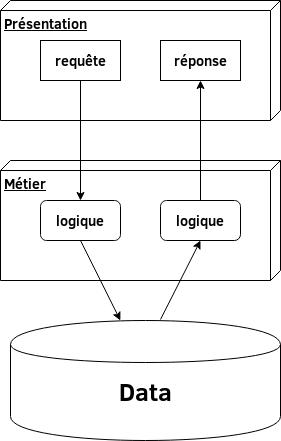
Earlier version of the draw.io export fr/fp/img/3tiers.png (CexJ/slides-fr-fp). Source tidied: cells renumbered, new cells last; positions are measured from the earlier drawing's top-left corner, leaving out a move shared by most shapes. Source of this version:
```xml
<mxGraphModel background="#ffffff">
  <root>
    <mxCell id="0" />
    <mxCell id="1" parent="0" />
    <mxCell id="2" value="&lt;font style=&quot;font-size: 14px&quot;&gt;&lt;b&gt;Présentation&lt;/b&gt;&lt;/font&gt;" style="verticalAlign=top;align=left;spacingTop=8;spacingLeft=2;spacingRight=12;shape=cube;size=10;direction=south;fontStyle=4;html=1;rounded=0;shadow=0;comic=0;labelBackgroundColor=none;strokeWidth=1;fontFamily=Verdana;fontSize=12;" parent="1" vertex="1">
      <mxGeometry width="280" height="120" as="geometry" />
    </mxCell>
    <mxCell id="3" value="&lt;b&gt;&lt;font style=&quot;font-size: 14px&quot;&gt;Métier&lt;/font&gt;&lt;/b&gt;" style="verticalAlign=top;align=left;spacingTop=8;spacingLeft=2;spacingRight=12;shape=cube;size=10;direction=south;fontStyle=4;html=1;rounded=0;shadow=0;comic=0;labelBackgroundColor=none;strokeWidth=1;fontFamily=Verdana;fontSize=12;" parent="1" vertex="1">
      <mxGeometry y="160" width="280" height="120" as="geometry" />
    </mxCell>
    <mxCell id="4" style="edgeStyle=orthogonalEdgeStyle;rounded=0;jettySize=auto;html=1;exitX=0.5;exitY=1;exitDx=0;exitDy=0;" parent="1" edge="1" source="5" target="7">
      <mxGeometry relative="1" as="geometry" />
    </mxCell>
    <mxCell id="5" value="&lt;font style=&quot;font-size: 14px&quot;&gt;&lt;b&gt;&lt;span class=&quot;tlid-translation translation&quot; lang=&quot;fr&quot;&gt;&lt;span title=&quot;&quot; class=&quot;alt-edited&quot;&gt;requête&lt;/span&gt;&lt;/span&gt;&lt;/b&gt;&lt;/font&gt;" style="rounded=0;whiteSpace=wrap;html=1;" parent="1" vertex="1">
      <mxGeometry x="40" y="40" width="80" height="40" as="geometry" />
    </mxCell>
    <mxCell id="6" value="&lt;font size=&quot;1&quot;&gt;&lt;b&gt;&lt;span class=&quot;tlid-translation translation&quot; lang=&quot;fr&quot;&gt;&lt;span title=&quot;&quot; class=&quot;alt-edited&quot; style=&quot;font-size: 14px&quot;&gt;réponse&lt;/span&gt;&lt;/span&gt;&lt;/b&gt;&lt;/font&gt;" style="rounded=0;whiteSpace=wrap;html=1;" parent="1" vertex="1">
      <mxGeometry x="160" y="40" width="80" height="40" as="geometry" />
    </mxCell>
    <mxCell id="7" value="&lt;b&gt;&lt;font style=&quot;font-size: 14px&quot;&gt;logique&lt;/font&gt;&lt;/b&gt;" style="rounded=1;whiteSpace=wrap;html=1;" parent="1" vertex="1">
      <mxGeometry x="40" y="200" width="80" height="40" as="geometry" />
    </mxCell>
    <mxCell id="8" style="endArrow=classic;html=1;entryX=0.407;entryY=0;entryDx=0;entryDy=0;entryPerimeter=0;exitX=0.5;exitY=1;exitDx=0;exitDy=0;" parent="1" edge="1" source="7" target="9">
      <mxGeometry relative="1" as="geometry" />
    </mxCell>
    <mxCell id="9" value="&lt;div&gt;&lt;font size=&quot;1&quot;&gt;&lt;b style=&quot;font-size: 25px&quot;&gt;Data&lt;/b&gt;&lt;/font&gt;&lt;/div&gt;&lt;div&gt;&lt;br&gt;&lt;/div&gt;" style="shape=cylinder;whiteSpace=wrap;html=1;boundedLbl=1;backgroundOutline=1;" parent="1" vertex="1">
      <mxGeometry x="10" y="320" width="270" height="120" as="geometry" />
    </mxCell>
    <mxCell id="10" value="&lt;b&gt;&lt;font style=&quot;font-size: 14px&quot;&gt;logique&lt;/font&gt;&lt;/b&gt;" style="rounded=1;whiteSpace=wrap;html=1;" parent="1" vertex="1">
      <mxGeometry x="160" y="200" width="80" height="40" as="geometry" />
    </mxCell>
    <mxCell id="11" style="endArrow=classic;html=1;entryX=0.5;entryY=1;entryDx=0;entryDy=0;" parent="1" edge="1" target="10">
      <mxGeometry relative="1" as="geometry">
        <mxPoint x="160" y="319" as="sourcePoint" />
      </mxGeometry>
    </mxCell>
    <mxCell id="12" style="endArrow=classic;html=1;" parent="1" edge="1" target="6">
      <mxGeometry relative="1" as="geometry">
        <mxPoint x="200" y="200" as="sourcePoint" />
      </mxGeometry>
    </mxCell>
  </root>
</mxGraphModel>
```
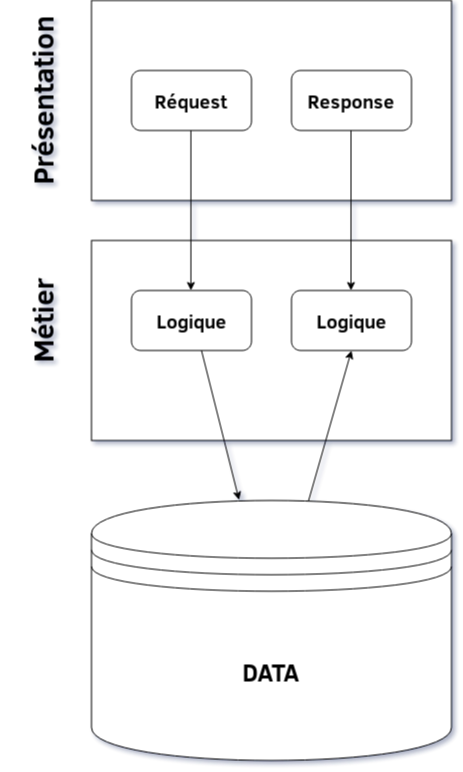
After the commit.

Change to the diagram source:
```diff
@@ -2,42 +2,66 @@
   <root>
     <mxCell id="0" />
     <mxCell id="1" parent="0" />
-    <mxCell id="2" value="&lt;font style=&quot;font-size: 14px&quot;&gt;&lt;b&gt;Présentation&lt;/b&gt;&lt;/font&gt;" style="verticalAlign=top;align=left;spacingTop=8;spacingLeft=2;spacingRight=12;shape=cube;size=10;direction=south;fontStyle=4;html=1;rounded=0;shadow=0;comic=0;labelBackgroundColor=none;strokeWidth=1;fontFamily=Verdana;fontSize=12;" parent="1" vertex="1">
-      <mxGeometry width="280" height="120" as="geometry" />
+    <mxCell id="2" value="&lt;h1&gt;DATA&lt;/h1&gt;" style="shape=datastore;whiteSpace=wrap;html=1;" parent="1" vertex="1">
+      <mxGeometry x="200" y="500" width="360" height="260" as="geometry" />
     </mxCell>
-    <mxCell id="3" value="&lt;b&gt;&lt;font style=&quot;font-size: 14px&quot;&gt;Métier&lt;/font&gt;&lt;/b&gt;" style="verticalAlign=top;align=left;spacingTop=8;spacingLeft=2;spacingRight=12;shape=cube;size=10;direction=south;fontStyle=4;html=1;rounded=0;shadow=0;comic=0;labelBackgroundColor=none;strokeWidth=1;fontFamily=Verdana;fontSize=12;" parent="1" vertex="1">
-      <mxGeometry y="160" width="280" height="120" as="geometry" />
+    <mxCell id="3" style="rounded=0;whiteSpace=wrap;html=1;" parent="1" vertex="1">
+      <mxGeometry x="200" width="360" height="200" as="geometry" />
     </mxCell>
-    <mxCell id="4" style="edgeStyle=orthogonalEdgeStyle;rounded=0;jettySize=auto;html=1;exitX=0.5;exitY=1;exitDx=0;exitDy=0;" parent="1" edge="1" source="5" target="7">
-      <mxGeometry relative="1" as="geometry" />
+    <mxCell id="4" style="rounded=1;whiteSpace=wrap;html=1;" parent="1" vertex="1">
+      <mxGeometry x="240" y="70" width="120" height="60" as="geometry" />
     </mxCell>
-    <mxCell id="5" value="&lt;font style=&quot;font-size: 14px&quot;&gt;&lt;b&gt;&lt;span class=&quot;tlid-translation translation&quot; lang=&quot;fr&quot;&gt;&lt;span title=&quot;&quot; class=&quot;alt-edited&quot;&gt;requête&lt;/span&gt;&lt;/span&gt;&lt;/b&gt;&lt;/font&gt;" style="rounded=0;whiteSpace=wrap;html=1;" parent="1" vertex="1">
-      <mxGeometry x="40" y="40" width="80" height="40" as="geometry" />
+    <mxCell id="5" style="rounded=1;whiteSpace=wrap;html=1;" parent="1" vertex="1">
+      <mxGeometry x="400" y="70" width="120" height="60" as="geometry" />
     </mxCell>
-    <mxCell id="6" value="&lt;font size=&quot;1&quot;&gt;&lt;b&gt;&lt;span class=&quot;tlid-translation translation&quot; lang=&quot;fr&quot;&gt;&lt;span title=&quot;&quot; class=&quot;alt-edited&quot; style=&quot;font-size: 14px&quot;&gt;réponse&lt;/span&gt;&lt;/span&gt;&lt;/b&gt;&lt;/font&gt;" style="rounded=0;whiteSpace=wrap;html=1;" parent="1" vertex="1">
-      <mxGeometry x="160" y="40" width="80" height="40" as="geometry" />
+    <mxCell id="6" style="rounded=0;whiteSpace=wrap;html=1;" parent="1" vertex="1">
+      <mxGeometry x="200" y="240" width="360" height="200" as="geometry" />
     </mxCell>
-    <mxCell id="7" value="&lt;b&gt;&lt;font style=&quot;font-size: 14px&quot;&gt;logique&lt;/font&gt;&lt;/b&gt;" style="rounded=1;whiteSpace=wrap;html=1;" parent="1" vertex="1">
-      <mxGeometry x="40" y="200" width="80" height="40" as="geometry" />
+    <mxCell id="7" style="endArrow=classic;html=1;entryX=0.5;entryY=1;entryDx=0;entryDy=0;" parent="1" edge="1" source="2">
+      <mxGeometry relative="1" as="geometry">
+        <mxPoint x="460" y="350" as="targetPoint" />
+      </mxGeometry>
     </mxCell>
-    <mxCell id="8" style="endArrow=classic;html=1;entryX=0.407;entryY=0;entryDx=0;entryDy=0;entryPerimeter=0;exitX=0.5;exitY=1;exitDx=0;exitDy=0;" parent="1" edge="1" source="7" target="9">
-      <mxGeometry relative="1" as="geometry" />
+    <mxCell id="8" value="&lt;h3 style=&quot;font-size: 19px;&quot;&gt;Réquest&lt;/h3&gt;" style="text;html=1;strokeColor=none;fillColor=none;align=center;verticalAlign=middle;whiteSpace=wrap;rounded=0;fontSize=19;fontStyle=1;" parent="1" vertex="1">
+      <mxGeometry x="275" y="90" width="50" height="20" as="geometry" />
     </mxCell>
-    <mxCell id="9" value="&lt;div&gt;&lt;font size=&quot;1&quot;&gt;&lt;b style=&quot;font-size: 25px&quot;&gt;Data&lt;/b&gt;&lt;/font&gt;&lt;/div&gt;&lt;div&gt;&lt;br&gt;&lt;/div&gt;" style="shape=cylinder;whiteSpace=wrap;html=1;boundedLbl=1;backgroundOutline=1;" parent="1" vertex="1">
-      <mxGeometry x="10" y="320" width="270" height="120" as="geometry" />
+    <mxCell id="9" value="&lt;div&gt;Response&lt;/div&gt;" style="text;html=1;strokeColor=none;fillColor=none;align=center;verticalAlign=middle;whiteSpace=wrap;rounded=0;fontSize=19;fontStyle=1;" parent="1" vertex="1">
+      <mxGeometry x="435" y="90" width="50" height="20" as="geometry" />
     </mxCell>
-    <mxCell id="10" value="&lt;b&gt;&lt;font style=&quot;font-size: 14px&quot;&gt;logique&lt;/font&gt;&lt;/b&gt;" style="rounded=1;whiteSpace=wrap;html=1;" parent="1" vertex="1">
-      <mxGeometry x="160" y="200" width="80" height="40" as="geometry" />
+    <mxCell id="10" value="&lt;div&gt;&lt;h2&gt;Présentation&lt;/h2&gt;&lt;/div&gt;" style="text;html=1;strokeColor=none;fillColor=none;align=center;verticalAlign=middle;whiteSpace=wrap;rounded=0;fontSize=19;rotation=270;" parent="1" vertex="1">
+      <mxGeometry x="130" y="90" width="40" height="20" as="geometry" />
     </mxCell>
-    <mxCell id="11" style="endArrow=classic;html=1;entryX=0.5;entryY=1;entryDx=0;entryDy=0;" parent="1" edge="1" target="10">
-      <mxGeometry relative="1" as="geometry">
-        <mxPoint x="160" y="319" as="sourcePoint" />
-      </mxGeometry>
+    <mxCell id="11" value="&lt;h2&gt;Métier&lt;/h2&gt;" style="text;html=1;strokeColor=none;fillColor=none;align=center;verticalAlign=middle;whiteSpace=wrap;rounded=0;fontSize=19;rotation=270;" parent="1" vertex="1">
+      <mxGeometry x="130" y="310" width="40" height="20" as="geometry" />
     </mxCell>
-    <mxCell id="12" style="endArrow=classic;html=1;" parent="1" edge="1" target="6">
+    <mxCell id="12" style="endArrow=classic;html=1;fontSize=19;entryX=0.5;entryY=0;entryDx=0;entryDy=0;" parent="1" edge="1">
       <mxGeometry relative="1" as="geometry">
-        <mxPoint x="200" y="200" as="sourcePoint" />
+        <mxPoint x="459.5" y="130" as="sourcePoint" />
+        <mxPoint x="459.5" y="290" as="targetPoint" />
       </mxGeometry>
     </mxCell>
+    <mxCell id="13" style="endArrow=classic;html=1;fontSize=19;entryX=0.5;entryY=0;entryDx=0;entryDy=0;" parent="1" edge="1">
+      <mxGeometry relative="1" as="geometry">
+        <mxPoint x="299.4" y="130" as="sourcePoint" />
+        <mxPoint x="299.4" y="290" as="targetPoint" />
+      </mxGeometry>
+    </mxCell>
+    <mxCell id="14" style="endArrow=classic;html=1;fontSize=19;exitX=0.25;exitY=1;exitDx=0;exitDy=0;entryX=0.41;entryY=-0.002;entryDx=0;entryDy=0;entryPerimeter=0;" parent="1" edge="1" target="2">
+      <mxGeometry relative="1" as="geometry">
+        <mxPoint x="310" y="350" as="sourcePoint" />
+      </mxGeometry>
+    </mxCell>
+    <mxCell id="15" style="rounded=1;whiteSpace=wrap;html=1;" parent="1" vertex="1">
+      <mxGeometry x="240" y="290" width="120" height="60" as="geometry" />
+    </mxCell>
+    <mxCell id="16" style="rounded=1;whiteSpace=wrap;html=1;" parent="1" vertex="1">
+      <mxGeometry x="400" y="290" width="120" height="60" as="geometry" />
+    </mxCell>
+    <mxCell id="17" value="&lt;h3 style=&quot;font-size: 19px&quot;&gt;Logique&lt;/h3&gt;" style="text;html=1;strokeColor=none;fillColor=none;align=center;verticalAlign=middle;whiteSpace=wrap;rounded=0;fontSize=19;fontStyle=1;" parent="1" vertex="1">
+      <mxGeometry x="275" y="310" width="50" height="20" as="geometry" />
+    </mxCell>
+    <mxCell id="18" value="&lt;h3 style=&quot;font-size: 19px&quot;&gt;Logique&lt;/h3&gt;" style="text;html=1;strokeColor=none;fillColor=none;align=center;verticalAlign=middle;whiteSpace=wrap;rounded=0;fontSize=19;fontStyle=1;" parent="1" vertex="1">
+      <mxGeometry x="435" y="310" width="50" height="20" as="geometry" />
+    </mxCell>
   </root>
 </mxGraphModel>
```
